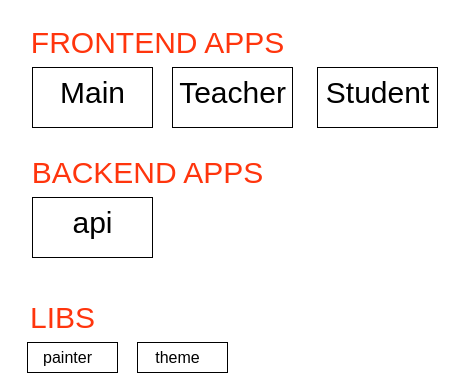
Earlier version of the draw.io diagram ppp/apps.drawio (DmytroYa13/uml). Source tidied: cells renumbered, new cells numbered last; positions are measured from the earlier drawing's top-left corner, leaving out a move shared by most shapes. Both pictures are drawn from the tidied source at 100%, with x=0, y=0 at pixel (17, 17).
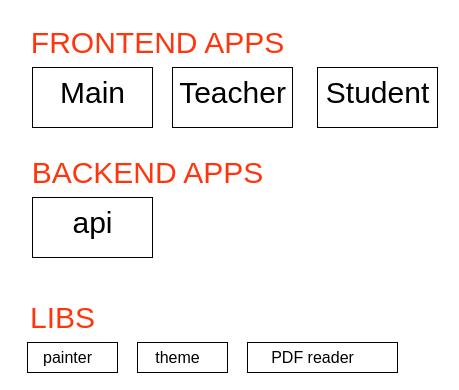
Above is the later version.

What changed in the source:
```diff
@@
 <mxGraphModel>
   <root>
     <mxCell id="0" />
     <mxCell id="1" parent="0" />
     <mxCell id="2" style="rounded=0;whiteSpace=wrap;html=1;" parent="1" vertex="1">
       <mxGeometry x="15" y="50" width="120" height="60" as="geometry" />
     </mxCell>
     <mxCell id="3" style="rounded=0;whiteSpace=wrap;html=1;" parent="1" vertex="1">
       <mxGeometry x="300" y="50" width="120" height="60" as="geometry" />
     </mxCell>
     <mxCell id="4" style="rounded=0;whiteSpace=wrap;html=1;" parent="1" vertex="1">
       <mxGeometry x="155" y="50" width="120" height="60" as="geometry" />
     </mxCell>
     <mxCell id="5" value="&lt;font style=&quot;font-size: 30px;&quot;&gt;Teacher&lt;/font&gt;" style="text;html=1;align=center;verticalAlign=middle;fillColor=none;strokeColor=none;rounded=0;" parent="1" vertex="1">
       <mxGeometry x="150" y="50" width="130" height="50" as="geometry" />
     </mxCell>
     <mxCell id="6" value="&lt;font style=&quot;font-size: 30px;&quot;&gt;Student&lt;/font&gt;" style="text;html=1;align=center;verticalAlign=middle;fillColor=none;strokeColor=none;rounded=0;" parent="1" vertex="1">
       <mxGeometry x="295" y="50" width="130" height="50" as="geometry" />
     </mxCell>
     <mxCell id="7" value="&lt;span style=&quot;font-size: 30px;&quot;&gt;Main&lt;/span&gt;" style="text;html=1;align=center;verticalAlign=middle;fillColor=none;strokeColor=none;rounded=0;" parent="1" vertex="1">
       <mxGeometry x="30" y="50" width="90" height="50" as="geometry" />
     </mxCell>
     <mxCell id="8" style="rounded=0;whiteSpace=wrap;html=1;fontSize=30;" parent="1" vertex="1">
       <mxGeometry x="15" y="180" width="120" height="60" as="geometry" />
     </mxCell>
     <mxCell id="9" value="api" style="text;html=1;align=center;verticalAlign=middle;fillColor=none;strokeColor=none;rounded=0;fontSize=30;" parent="1" vertex="1">
       <mxGeometry x="45" y="180" width="60" height="50" as="geometry" />
     </mxCell>
     <mxCell id="10" value="&lt;font color=&quot;#ff350d&quot;&gt;FRONTEND APPS&lt;/font&gt;" style="text;html=1;align=center;verticalAlign=middle;fillColor=none;strokeColor=none;rounded=0;fontSize=30;" parent="1" vertex="1">
       <mxGeometry width="280" height="50" as="geometry" />
     </mxCell>
     <mxCell id="11" value="&lt;font color=&quot;#ff350d&quot;&gt;BACKEND APPS&lt;/font&gt;" style="text;html=1;align=center;verticalAlign=middle;fillColor=none;strokeColor=none;rounded=0;fontSize=30;" parent="1" vertex="1">
       <mxGeometry y="130" width="260" height="50" as="geometry" />
     </mxCell>
     <mxCell id="12" value="&lt;font color=&quot;#ff350d&quot;&gt;LIBS&lt;/font&gt;" style="text;html=1;align=center;verticalAlign=middle;fillColor=none;strokeColor=none;rounded=0;fontSize=30;" parent="1" vertex="1">
       <mxGeometry y="275" width="90" height="50" as="geometry" />
     </mxCell>
     <mxCell id="13" style="rounded=0;whiteSpace=wrap;html=1;fontSize=30;fontColor=#FF350D;" parent="1" vertex="1">
       <mxGeometry x="10" y="325" width="90" height="30" as="geometry" />
     </mxCell>
     <mxCell id="14" value="painter" style="text;html=1;align=center;verticalAlign=middle;fillColor=none;strokeColor=none;rounded=0;fontSize=16;" parent="1" vertex="1">
       <mxGeometry x="15" y="325" width="70" height="30" as="geometry" />
     </mxCell>
     <mxCell id="15" style="rounded=0;whiteSpace=wrap;html=1;fontSize=30;fontColor=#FF350D;" parent="1" vertex="1">
       <mxGeometry x="120" y="325" width="90" height="30" as="geometry" />
     </mxCell>
     <mxCell id="16" value="theme" style="text;html=1;align=center;verticalAlign=middle;fillColor=none;strokeColor=none;rounded=0;fontSize=16;" parent="1" vertex="1">
       <mxGeometry x="125" y="325" width="70" height="30" as="geometry" />
     </mxCell>
+    <mxCell id="17" style="rounded=0;whiteSpace=wrap;html=1;fontSize=30;fontColor=#FF350D;" parent="1" vertex="1">
+      <mxGeometry x="230" y="325" width="150" height="30" as="geometry" />
+    </mxCell>
+    <mxCell id="18" value="PDF reader" style="text;html=1;align=center;verticalAlign=middle;fillColor=none;strokeColor=none;rounded=0;fontSize=16;" parent="1" vertex="1">
+      <mxGeometry x="240" y="325" width="110" height="30" as="geometry" />
+    </mxCell>
   </root>
 </mxGraphModel>
```
